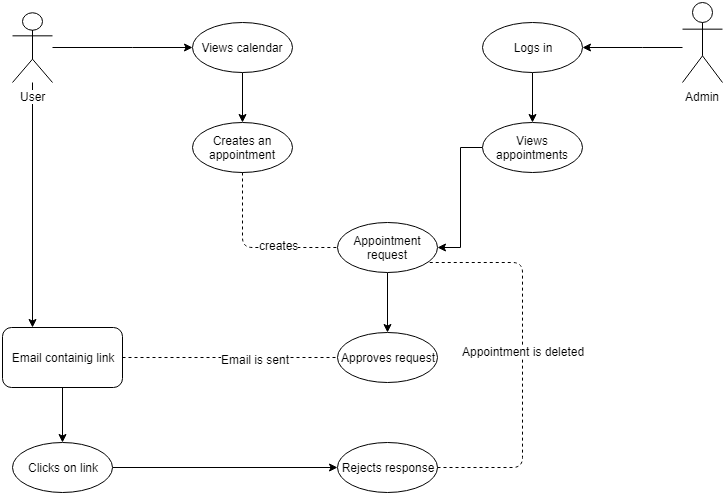
Earlier version of the draw.io export userReject.png (argalex/BikeS). Source tidied: cells renumbered, new cells last; positions are measured from the earlier drawing's top-left corner, leaving out a move shared by most shapes. Source of this version:
```xml
<mxGraphModel background="#ffffff">
  <root>
    <mxCell id="0" />
    <mxCell id="1" parent="0" />
    <mxCell id="2" style="edgeStyle=orthogonalEdgeStyle;rounded=0;jettySize=auto;html=1;" parent="1" edge="1" source="4" target="8">
      <mxGeometry relative="1" as="geometry">
        <Array as="points">
          <mxPoint x="130" y="45" />
          <mxPoint x="130" y="45" />
        </Array>
      </mxGeometry>
    </mxCell>
    <mxCell id="3" style="edgeStyle=orthogonalEdgeStyle;rounded=0;jettySize=auto;html=1;entryX=0.25;entryY=0;entryDx=0;entryDy=0;" parent="1" edge="1" source="4" target="22">
      <mxGeometry relative="1" as="geometry" />
    </mxCell>
    <mxCell id="4" value="User" style="shape=umlActor;verticalLabelPosition=bottom;labelBackgroundColor=#ffffff;verticalAlign=top;html=1;outlineConnect=0;" parent="1" vertex="1">
      <mxGeometry x="10" y="10" width="40" height="70" as="geometry" />
    </mxCell>
    <mxCell id="5" style="edgeStyle=orthogonalEdgeStyle;rounded=0;jettySize=auto;html=1;entryX=1;entryY=0.5;entryDx=0;entryDy=0;" parent="1" edge="1" source="6" target="11">
      <mxGeometry relative="1" as="geometry">
        <Array as="points">
          <mxPoint x="640" y="45" />
          <mxPoint x="640" y="45" />
        </Array>
      </mxGeometry>
    </mxCell>
    <mxCell id="6" value="Admin" style="shape=umlActor;verticalLabelPosition=bottom;labelBackgroundColor=#ffffff;verticalAlign=top;html=1;outlineConnect=0;" parent="1" vertex="1">
      <mxGeometry x="680" width="40" height="80" as="geometry" />
    </mxCell>
    <mxCell id="7" style="edgeStyle=orthogonalEdgeStyle;rounded=0;jettySize=auto;html=1;entryX=0.5;entryY=0;entryDx=0;entryDy=0;" parent="1" edge="1" source="8" target="9">
      <mxGeometry relative="1" as="geometry" />
    </mxCell>
    <mxCell id="8" value="Views calendar" style="ellipse;whiteSpace=wrap;html=1;" parent="1" vertex="1">
      <mxGeometry x="190" y="20" width="100" height="50" as="geometry" />
    </mxCell>
    <mxCell id="9" value="Creates an appointment" style="ellipse;whiteSpace=wrap;html=1;" parent="1" vertex="1">
      <mxGeometry x="190" y="120" width="100" height="50" as="geometry" />
    </mxCell>
    <mxCell id="10" style="edgeStyle=orthogonalEdgeStyle;rounded=0;jettySize=auto;html=1;entryX=0.5;entryY=0;entryDx=0;entryDy=0;" parent="1" edge="1" source="11" target="15">
      <mxGeometry relative="1" as="geometry" />
    </mxCell>
    <mxCell id="11" value="Logs in" style="ellipse;whiteSpace=wrap;html=1;" parent="1" vertex="1">
      <mxGeometry x="480" y="20" width="100" height="50" as="geometry" />
    </mxCell>
    <mxCell id="12" style="edgeStyle=orthogonalEdgeStyle;rounded=0;jettySize=auto;html=1;" parent="1" edge="1" source="13">
      <mxGeometry relative="1" as="geometry">
        <mxPoint x="385" y="330" as="targetPoint" />
      </mxGeometry>
    </mxCell>
    <mxCell id="13" value="Appointment request" style="ellipse;whiteSpace=wrap;html=1;" parent="1" vertex="1">
      <mxGeometry x="335" y="220" width="100" height="50" as="geometry" />
    </mxCell>
    <mxCell id="14" style="edgeStyle=orthogonalEdgeStyle;rounded=0;jettySize=auto;html=1;entryX=1;entryY=0.5;entryDx=0;entryDy=0;" parent="1" edge="1" source="15" target="13">
      <mxGeometry relative="1" as="geometry" />
    </mxCell>
    <mxCell id="15" value="Views appointments" style="ellipse;whiteSpace=wrap;html=1;" parent="1" vertex="1">
      <mxGeometry x="480" y="120" width="100" height="50" as="geometry" />
    </mxCell>
    <mxCell id="16" style="endArrow=none;dashed=1;html=1;entryX=0;entryY=0.5;entryDx=0;entryDy=0;exitX=0.5;exitY=1;exitDx=0;exitDy=0;" parent="1" edge="1" source="9" target="13">
      <mxGeometry relative="1" as="geometry">
        <Array as="points">
          <mxPoint x="240" y="245" />
        </Array>
      </mxGeometry>
    </mxCell>
    <mxCell id="17" value="creates" style="text;html=1;align=center;verticalAlign=middle;labelBackgroundColor=#ffffff;" parent="16" vertex="1">
      <mxGeometry x="0.31" y="3" relative="1" as="geometry" />
    </mxCell>
    <mxCell id="18" value="Approves request" style="ellipse;whiteSpace=wrap;html=1;" parent="1" vertex="1">
      <mxGeometry x="335" y="330" width="100" height="50" as="geometry" />
    </mxCell>
    <mxCell id="19" style="endArrow=none;dashed=1;html=1;entryX=0;entryY=0.5;entryDx=0;entryDy=0;" parent="1" edge="1" target="18">
      <mxGeometry relative="1" as="geometry">
        <mxPoint x="120" y="355" as="sourcePoint" />
      </mxGeometry>
    </mxCell>
    <mxCell id="20" value="Email is sent" style="text;html=1;align=center;verticalAlign=middle;labelBackgroundColor=#ffffff;" parent="19" vertex="1">
      <mxGeometry x="0.23" y="-1" relative="1" as="geometry" />
    </mxCell>
    <mxCell id="21" style="edgeStyle=orthogonalEdgeStyle;rounded=0;jettySize=auto;html=1;" parent="1" edge="1" source="22">
      <mxGeometry relative="1" as="geometry">
        <mxPoint x="60" y="440" as="targetPoint" />
      </mxGeometry>
    </mxCell>
    <mxCell id="22" value="Email containig link" style="rounded=1;whiteSpace=wrap;html=1;" parent="1" vertex="1">
      <mxGeometry y="325" width="120" height="60" as="geometry" />
    </mxCell>
    <mxCell id="23" style="edgeStyle=orthogonalEdgeStyle;rounded=0;jettySize=auto;html=1;entryX=0;entryY=0.5;entryDx=0;entryDy=0;" parent="1" edge="1" source="24" target="25">
      <mxGeometry relative="1" as="geometry" />
    </mxCell>
    <mxCell id="24" value="Clicks on link" style="ellipse;whiteSpace=wrap;html=1;" parent="1" vertex="1">
      <mxGeometry x="10" y="440" width="100" height="50" as="geometry" />
    </mxCell>
    <mxCell id="25" value="Rejects response" style="ellipse;whiteSpace=wrap;html=1;" parent="1" vertex="1">
      <mxGeometry x="335" y="440" width="100" height="50" as="geometry" />
    </mxCell>
    <mxCell id="26" style="endArrow=none;dashed=1;html=1;exitX=1;exitY=0.5;exitDx=0;exitDy=0;entryX=0.92;entryY=0.8;entryDx=0;entryDy=0;entryPerimeter=0;" parent="1" edge="1" source="25" target="13">
      <mxGeometry relative="1" as="geometry">
        <Array as="points">
          <mxPoint x="520" y="465" />
          <mxPoint x="520" y="260" />
        </Array>
      </mxGeometry>
    </mxCell>
    <mxCell id="27" value="Appointment is deleted" style="text;html=1;align=center;verticalAlign=middle;labelBackgroundColor=#ffffff;" parent="26" vertex="1">
      <mxGeometry x="0.05" relative="1" as="geometry" />
    </mxCell>
  </root>
</mxGraphModel>
```
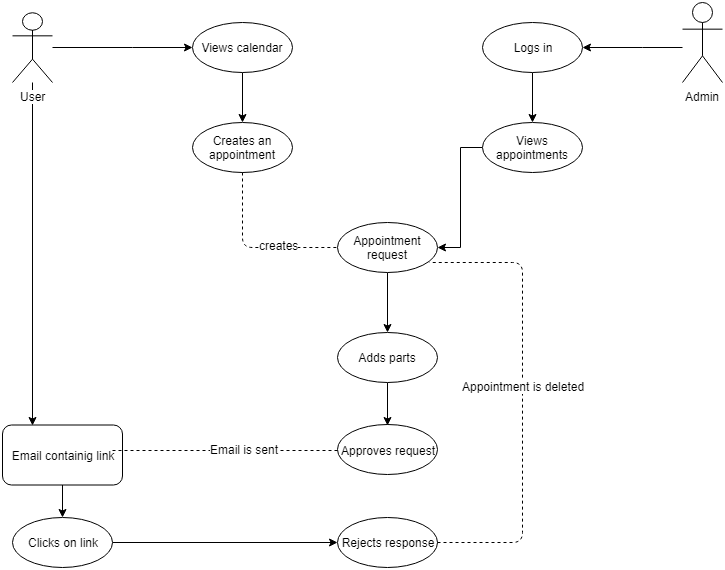
The same file after the commit.

The edit, as a diff of the source:
```diff
@@ -66,38 +66,28 @@
     <mxCell id="17" value="creates" style="text;html=1;align=center;verticalAlign=middle;labelBackgroundColor=#ffffff;" parent="16" vertex="1">
       <mxGeometry x="0.31" y="3" relative="1" as="geometry" />
     </mxCell>
-    <mxCell id="18" value="Approves request" style="ellipse;whiteSpace=wrap;html=1;" parent="1" vertex="1">
-      <mxGeometry x="335" y="330" width="100" height="50" as="geometry" />
+    <mxCell id="18" value="Approves request" style="ellipse;whiteSpace=wrap;html=1;direction=west;" parent="1" vertex="1">
+      <mxGeometry x="335" y="422.5" width="100" height="50" as="geometry" />
     </mxCell>
-    <mxCell id="19" style="endArrow=none;dashed=1;html=1;entryX=0;entryY=0.5;entryDx=0;entryDy=0;" parent="1" edge="1" target="18">
-      <mxGeometry relative="1" as="geometry">
-        <mxPoint x="120" y="355" as="sourcePoint" />
-      </mxGeometry>
-    </mxCell>
-    <mxCell id="20" value="Email is sent" style="text;html=1;align=center;verticalAlign=middle;labelBackgroundColor=#ffffff;" parent="19" vertex="1">
-      <mxGeometry x="0.23" y="-1" relative="1" as="geometry" />
-    </mxCell>
-    <mxCell id="21" style="edgeStyle=orthogonalEdgeStyle;rounded=0;jettySize=auto;html=1;" parent="1" edge="1" source="22">
-      <mxGeometry relative="1" as="geometry">
-        <mxPoint x="60" y="440" as="targetPoint" />
-      </mxGeometry>
-    </mxCell>
+    <mxCell id="28" style="edgeStyle=orthogonalEdgeStyle;rounded=0;jettySize=auto;html=1;entryX=0.5;entryY=0;entryDx=0;entryDy=0;" parent="1" edge="1" source="22" target="24">
+      <mxGeometry relative="1" as="geometry" />
+    </mxCell>
     <mxCell id="22" value="Email containig link" style="rounded=1;whiteSpace=wrap;html=1;" parent="1" vertex="1">
-      <mxGeometry y="325" width="120" height="60" as="geometry" />
+      <mxGeometry y="422.5" width="120" height="60" as="geometry" />
     </mxCell>
     <mxCell id="23" style="edgeStyle=orthogonalEdgeStyle;rounded=0;jettySize=auto;html=1;entryX=0;entryY=0.5;entryDx=0;entryDy=0;" parent="1" edge="1" source="24" target="25">
       <mxGeometry relative="1" as="geometry" />
     </mxCell>
     <mxCell id="24" value="Clicks on link" style="ellipse;whiteSpace=wrap;html=1;" parent="1" vertex="1">
-      <mxGeometry x="10" y="440" width="100" height="50" as="geometry" />
+      <mxGeometry x="10" y="515" width="100" height="50" as="geometry" />
     </mxCell>
     <mxCell id="25" value="Rejects response" style="ellipse;whiteSpace=wrap;html=1;" parent="1" vertex="1">
-      <mxGeometry x="335" y="440" width="100" height="50" as="geometry" />
+      <mxGeometry x="335" y="515" width="100" height="50" as="geometry" />
     </mxCell>
     <mxCell id="26" style="endArrow=none;dashed=1;html=1;exitX=1;exitY=0.5;exitDx=0;exitDy=0;entryX=0.92;entryY=0.8;entryDx=0;entryDy=0;entryPerimeter=0;" parent="1" edge="1" source="25" target="13">
       <mxGeometry relative="1" as="geometry">
         <Array as="points">
-          <mxPoint x="520" y="465" />
+          <mxPoint x="520" y="540" />
           <mxPoint x="520" y="260" />
         </Array>
       </mxGeometry>
@@ -105,5 +95,17 @@
     <mxCell id="27" value="Appointment is deleted" style="text;html=1;align=center;verticalAlign=middle;labelBackgroundColor=#ffffff;" parent="26" vertex="1">
       <mxGeometry x="0.05" relative="1" as="geometry" />
     </mxCell>
+    <mxCell id="29" style="edgeStyle=orthogonalEdgeStyle;rounded=0;jettySize=auto;html=1;entryX=0.5;entryY=1;entryDx=0;entryDy=0;" parent="1" edge="1" source="30" target="18">
+      <mxGeometry relative="1" as="geometry" />
+    </mxCell>
+    <mxCell id="30" value="Adds parts" style="ellipse;whiteSpace=wrap;html=1;" parent="1" vertex="1">
+      <mxGeometry x="335" y="330" width="100" height="50" as="geometry" />
+    </mxCell>
+    <mxCell id="31" style="endArrow=none;dashed=1;html=1;entryX=1;entryY=0.5;entryDx=0;entryDy=0;exitX=0.917;exitY=0.425;exitDx=0;exitDy=0;exitPerimeter=0;" parent="1" edge="1" source="22" target="18">
+      <mxGeometry relative="1" as="geometry" />
+    </mxCell>
+    <mxCell id="20" value="Email is sent" style="text;html=1;align=center;verticalAlign=middle;labelBackgroundColor=#ffffff;" parent="31" vertex="1">
+      <mxGeometry x="0.16" y="2" relative="1" as="geometry" />
+    </mxCell>
   </root>
 </mxGraphModel>
```
